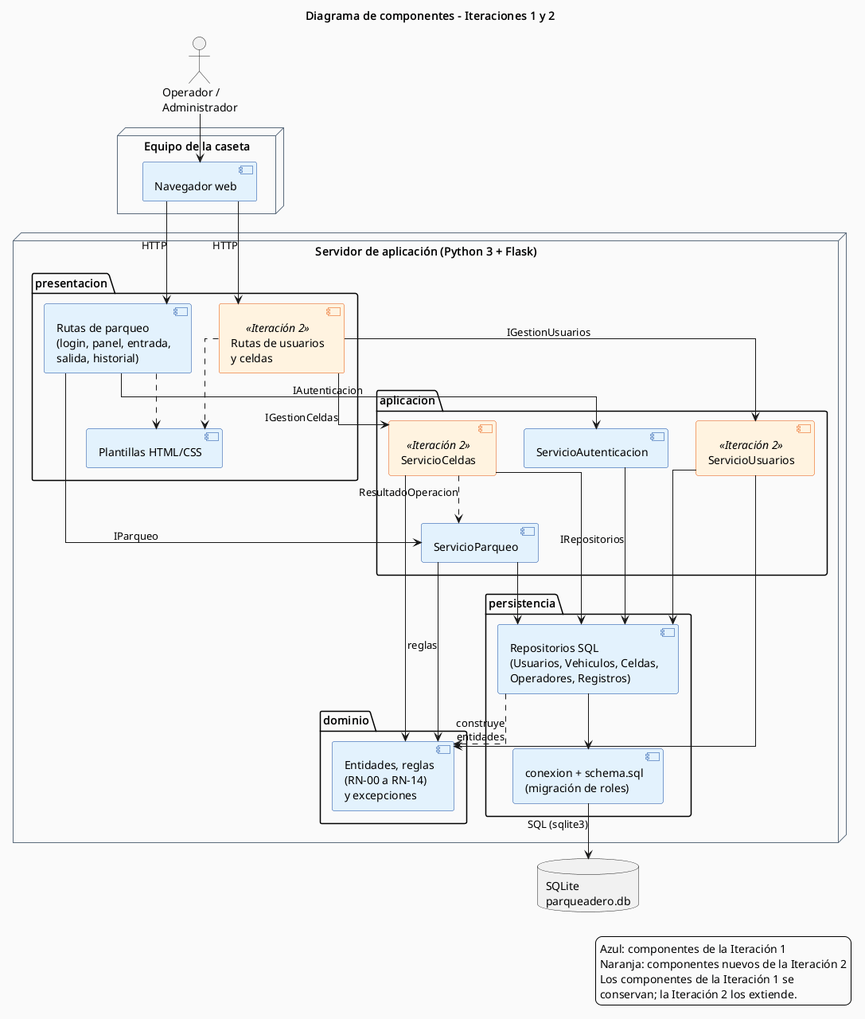
This is docs/diagramas/componentes.png from Dacadev97/autos-colombia-parqueadero, a PlantUML export, as it was before one commit. Its diagram source:
```plantuml
@startuml componentes
skinparam backgroundColor white
skinparam defaultFontName Helvetica
skinparam component {
  BackgroundColor #E3F2FD
  BorderColor #0D47A1
}
skinparam component<<Iteración 2>> {
  BackgroundColor #FFF3E0
  BorderColor #E65100
}
skinparam node {
  BackgroundColor #FAFAFA
  BorderColor #5B6B7C
}
skinparam linetype ortho
title Diagrama de componentes - Iteraciones 1 y 2

actor "Operador /\nAdministrador" as Act

node "Equipo de la caseta" {
  component "Navegador web" as Nav
}

node "Servidor de aplicación (Python 3 + Flask)" {
  package "presentacion" {
    component "Rutas de parqueo\n(login, panel, entrada,\nsalida, historial)" as RutasIt1
    component "Rutas de usuarios\ny celdas" <<Iteración 2>> as RutasIt2
    component "Plantillas HTML/CSS" as Tpl
  }
  package "aplicacion" {
    component "ServicioAutenticacion" as SA
    component "ServicioParqueo" as SP
    component "ServicioUsuarios" <<Iteración 2>> as SU
    component "ServicioCeldas" <<Iteración 2>> as SC
  }
  package "dominio" {
    component "Entidades, reglas\n(RN-00 a RN-14)\ny excepciones" as Dom
  }
  package "persistencia" {
    component "Repositorios SQL\n(Usuarios, Vehiculos, Celdas,\nOperadores, Registros)" as Rep
    component "conexion + schema.sql\n(migración de roles)" as Con
  }
}
database "SQLite\nparqueadero.db" as DB

Act --> Nav
Nav --> RutasIt1 : HTTP
Nav --> RutasIt2 : HTTP
RutasIt1 ..> Tpl
RutasIt2 ..> Tpl
RutasIt1 --> SA : IAutenticacion
RutasIt1 --> SP : IParqueo
RutasIt2 --> SU : IGestionUsuarios
RutasIt2 --> SC : IGestionCeldas
SC ..> SP : ResultadoOperacion
SA --> Rep : IRepositorios
SP --> Rep
SU --> Rep
SC --> Rep
SP --> Dom : reglas
SU --> Dom
SC --> Dom
Rep ..> Dom : construye\nentidades
Rep --> Con
Con --> DB : SQL (sqlite3)

legend right
  Azul: componentes de la Iteración 1
  Naranja: componentes nuevos de la Iteración 2
  Los componentes de la Iteración 1 se
  conservan; la Iteración 2 los extiende.
end legend
@enduml
```
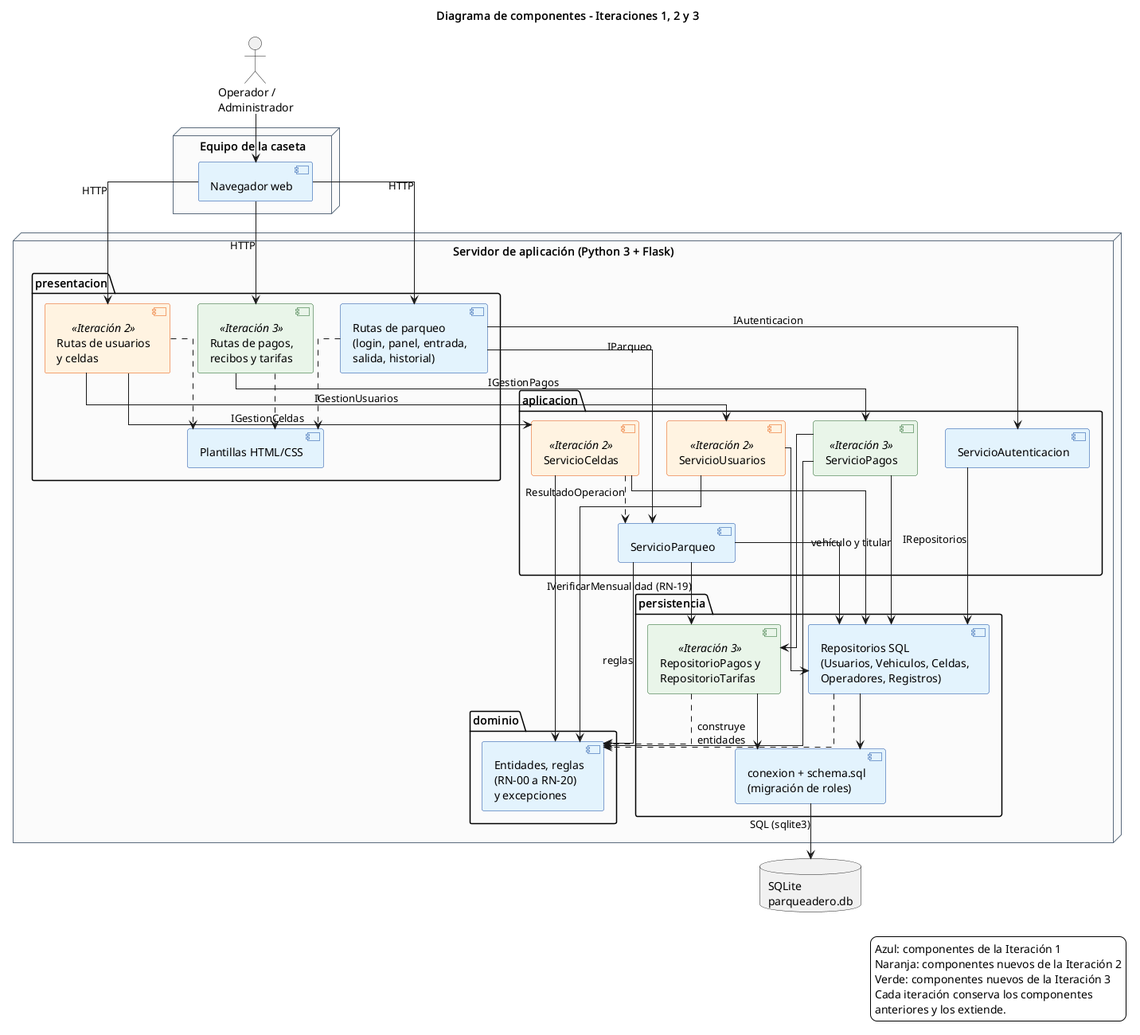
The same file after the commit.

What changed in the source:
```diff
@@ -9,12 +9,16 @@
   BackgroundColor #FFF3E0
   BorderColor #E65100
 }
+skinparam component<<Iteración 3>> {
+  BackgroundColor #E8F5E9
+  BorderColor #1B5E20
+}
 skinparam node {
   BackgroundColor #FAFAFA
   BorderColor #5B6B7C
 }
 skinparam linetype ortho
-title Diagrama de componentes - Iteraciones 1 y 2
+title Diagrama de componentes - Iteraciones 1, 2 y 3
 
 actor "Operador /\nAdministrador" as Act
 
@@ -26,6 +30,7 @@
   package "presentacion" {
     component "Rutas de parqueo\n(login, panel, entrada,\nsalida, historial)" as RutasIt1
     component "Rutas de usuarios\ny celdas" <<Iteración 2>> as RutasIt2
+    component "Rutas de pagos,\nrecibos y tarifas" <<Iteración 3>> as RutasIt3
     component "Plantillas HTML/CSS" as Tpl
   }
   package "aplicacion" {
@@ -33,12 +38,14 @@
     component "ServicioParqueo" as SP
     component "ServicioUsuarios" <<Iteración 2>> as SU
     component "ServicioCeldas" <<Iteración 2>> as SC
+    component "ServicioPagos" <<Iteración 3>> as SPg
   }
   package "dominio" {
-    component "Entidades, reglas\n(RN-00 a RN-14)\ny excepciones" as Dom
+    component "Entidades, reglas\n(RN-00 a RN-20)\ny excepciones" as Dom
   }
   package "persistencia" {
     component "Repositorios SQL\n(Usuarios, Vehiculos, Celdas,\nOperadores, Registros)" as Rep
+    component "RepositorioPagos y\nRepositorioTarifas" <<Iteración 3>> as RepP
     component "conexion + schema.sql\n(migración de roles)" as Con
   }
 }
@@ -47,6 +54,15 @@
 Act --> Nav
 Nav --> RutasIt1 : HTTP
 Nav --> RutasIt2 : HTTP
+Nav --> RutasIt3 : HTTP
+RutasIt3 ..> Tpl
+RutasIt3 --> SPg : IGestionPagos
+SPg --> RepP
+SPg --> Rep : vehículo y titular
+SP --> RepP : IVerificarMensualidad (RN-19)
+SPg --> Dom
+RepP ..> Dom
+RepP --> Con
 RutasIt1 ..> Tpl
 RutasIt2 ..> Tpl
 RutasIt1 --> SA : IAutenticacion
@@ -68,7 +84,8 @@
 legend right
   Azul: componentes de la Iteración 1
   Naranja: componentes nuevos de la Iteración 2
-  Los componentes de la Iteración 1 se
-  conservan; la Iteración 2 los extiende.
+  Verde: componentes nuevos de la Iteración 3
+  Cada iteración conserva los componentes
+  anteriores y los extiende.
 end legend
 @enduml
```
